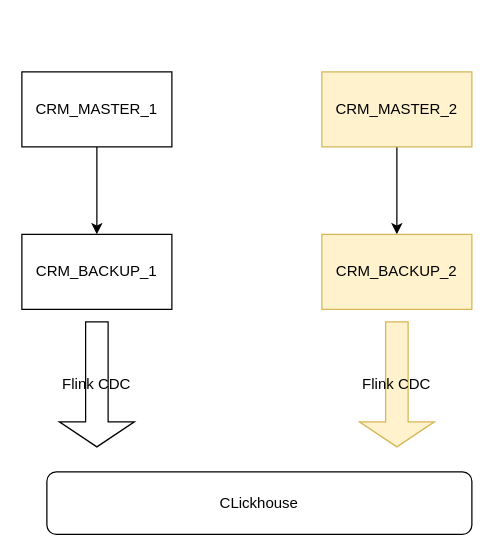
smileLuckBoy/drowio keeps this draw.io diagram as page "第 1 页" (1 of 2) of wiz/MYSQL扩容改造.drawio. Above is the earlier version. Source tidied: cells renumbered, new cells numbered last; positions are measured from the earlier drawing's top-left corner, leaving out a move shared by most shapes. Both pictures are drawn from the tidied source at 125%, with x=0, y=0 at pixel (21, 71).
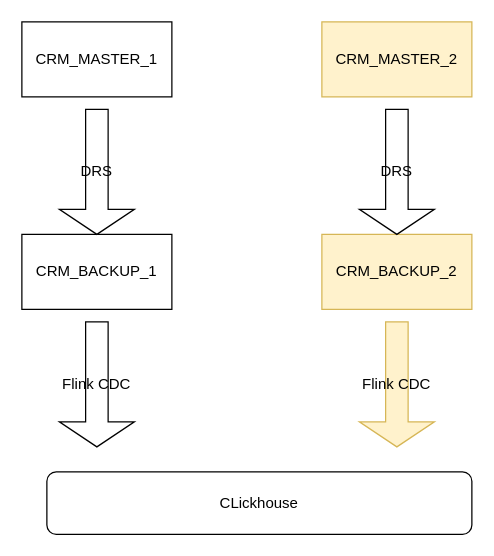
The same diagram, later.

Commit message (it also covers changes not shown here):
更新MYSQL扩容改造.drawio

What changed in the source:
```diff
@@
 <mxGraphModel>
   <root>
     <mxCell id="0" />
     <mxCell id="1" parent="0" />
     <mxCell id="2" style="edgeStyle=orthogonalEdgeStyle;rounded=0;orthogonalLoop=1;jettySize=auto;html=1;exitX=0.5;exitY=0.975;exitDx=0;exitDy=0;exitPerimeter=0;" parent="1" edge="1">
       <mxGeometry relative="1" as="geometry">
         <mxPoint x="60" y="8" as="sourcePoint" />
       </mxGeometry>
     </mxCell>
     <mxCell id="3" style="edgeStyle=orthogonalEdgeStyle;rounded=0;orthogonalLoop=1;jettySize=auto;html=1;exitX=0.5;exitY=0.975;exitDx=0;exitDy=0;exitPerimeter=0;" parent="1" edge="1">
       <mxGeometry relative="1" as="geometry">
         <mxPoint x="300" y="110" as="targetPoint" />
       </mxGeometry>
     </mxCell>
     <mxCell id="4" value="CLickhouse" style="rounded=1;whiteSpace=wrap;html=1;" parent="1" vertex="1">
       <mxGeometry x="20" y="320" width="340" height="50" as="geometry" />
     </mxCell>
     <mxCell id="5" value="Flink CDC" style="shape=singleArrow;direction=south;whiteSpace=wrap;html=1;" parent="1" vertex="1">
       <mxGeometry x="30" y="200" width="60" height="100" as="geometry" />
     </mxCell>
     <mxCell id="6" value="Flink CDC" style="shape=singleArrow;direction=south;whiteSpace=wrap;html=1;fillColor=#fff2cc;strokeColor=#d6b656;" parent="1" vertex="1">
       <mxGeometry x="270" y="200" width="60" height="100" as="geometry" />
     </mxCell>
-    <mxCell id="7" style="edgeStyle=orthogonalEdgeStyle;rounded=0;jettySize=auto;html=1;exitX=0.5;exitY=1;exitDx=0;exitDy=0;entryX=0.5;entryY=0;entryDx=0;entryDy=0;" parent="1" edge="1" source="8" target="12">
-      <mxGeometry relative="1" as="geometry" />
-    </mxCell>
     <mxCell id="8" value="CRM_MASTER_1" style="rounded=0;whiteSpace=wrap;html=1;" parent="1" vertex="1">
-      <mxGeometry width="120" height="60" as="geometry" />
+      <mxGeometry y="-40" width="120" height="60" as="geometry" />
     </mxCell>
-    <mxCell id="9" style="edgeStyle=orthogonalEdgeStyle;rounded=0;jettySize=auto;html=1;exitX=0.5;exitY=1;exitDx=0;exitDy=0;entryX=0.5;entryY=0;entryDx=0;entryDy=0;" parent="1" edge="1" source="10" target="11">
-      <mxGeometry relative="1" as="geometry" />
-    </mxCell>
     <mxCell id="10" value="CRM_MASTER_2" style="rounded=0;whiteSpace=wrap;html=1;fillColor=#fff2cc;strokeColor=#d6b656;" parent="1" vertex="1">
-      <mxGeometry x="240" width="120" height="60" as="geometry" />
+      <mxGeometry x="240" y="-40" width="120" height="60" as="geometry" />
     </mxCell>
     <mxCell id="11" value="CRM_BACKUP_2" style="rounded=0;whiteSpace=wrap;html=1;fillColor=#fff2cc;strokeColor=#d6b656;" parent="1" vertex="1">
       <mxGeometry x="240" y="130" width="120" height="60" as="geometry" />
     </mxCell>
     <mxCell id="12" value="CRM_BACKUP_1" style="rounded=0;whiteSpace=wrap;html=1;" parent="1" vertex="1">
       <mxGeometry y="130" width="120" height="60" as="geometry" />
     </mxCell>
+    <mxCell id="13" value="DRS" style="shape=singleArrow;direction=south;whiteSpace=wrap;html=1;" parent="1" vertex="1">
+      <mxGeometry x="30" y="30" width="60" height="100" as="geometry" />
+    </mxCell>
+    <mxCell id="14" value="DRS" style="shape=singleArrow;direction=south;whiteSpace=wrap;html=1;" parent="1" vertex="1">
+      <mxGeometry x="270" y="30" width="60" height="100" as="geometry" />
+    </mxCell>
   </root>
 </mxGraphModel>
```
